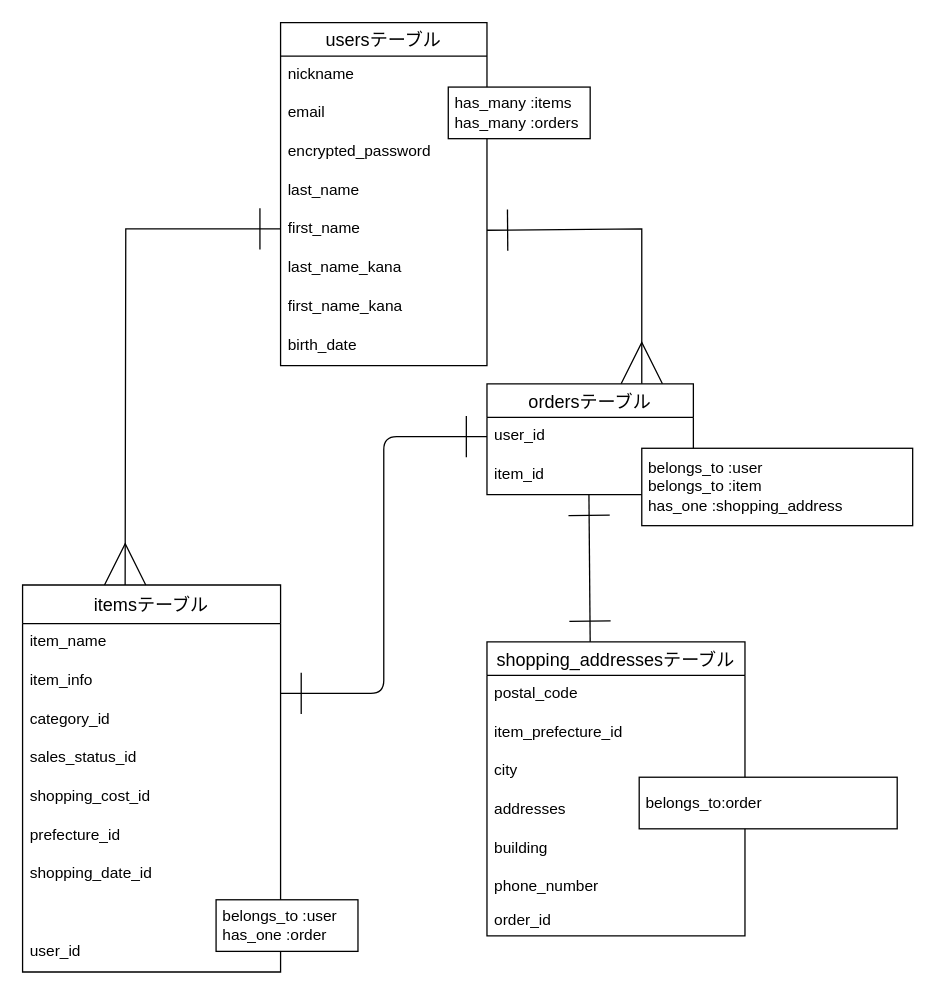
This is furima.dio from aki3100/furima-39009, a draw.io file, before an edit. Source tidied: cells renumbered, new cells numbered last; positions are measured from the earlier drawing's top-left corner, leaving out a move shared by most shapes. Both pictures are drawn from the tidied source at 129%, with x=0, y=0 at pixel (22, 22).
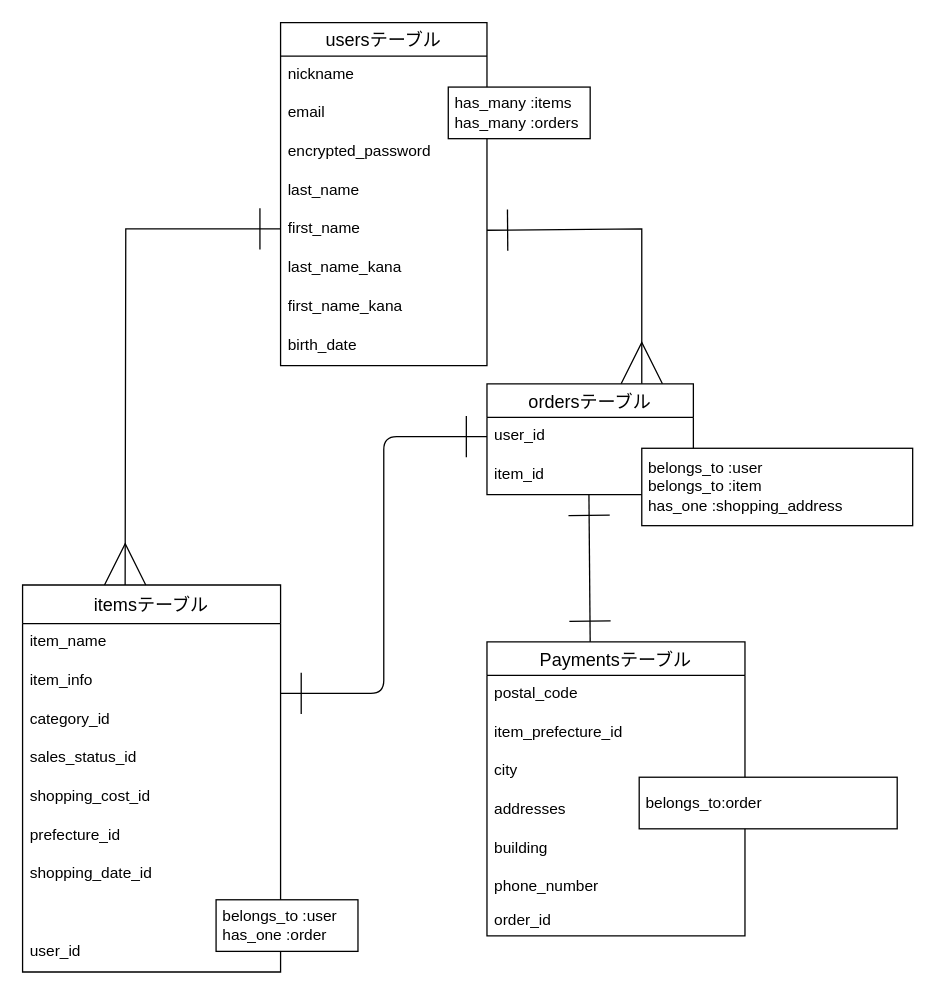
After the change.

Commit message (it also covers changes not shown here):
ER図・READMEの記述を一部訂正

Diff of the diagram source:
```diff
@@
-    <mxCell id="21" value="shopping_addressesテーブル" style="swimlane;fontStyle=0;horizontal=1;startSize=26;align=center;fontSize=14;" parent="1" vertex="1">
+    <mxCell id="21" value="Paymentsテーブル" style="swimlane;fontStyle=0;horizontal=1;startSize=26;align=center;fontSize=14;" parent="1" vertex="1">
       <mxGeometry x="360" y="480" width="200" height="228" as="geometry" />
     </mxCell>
```
